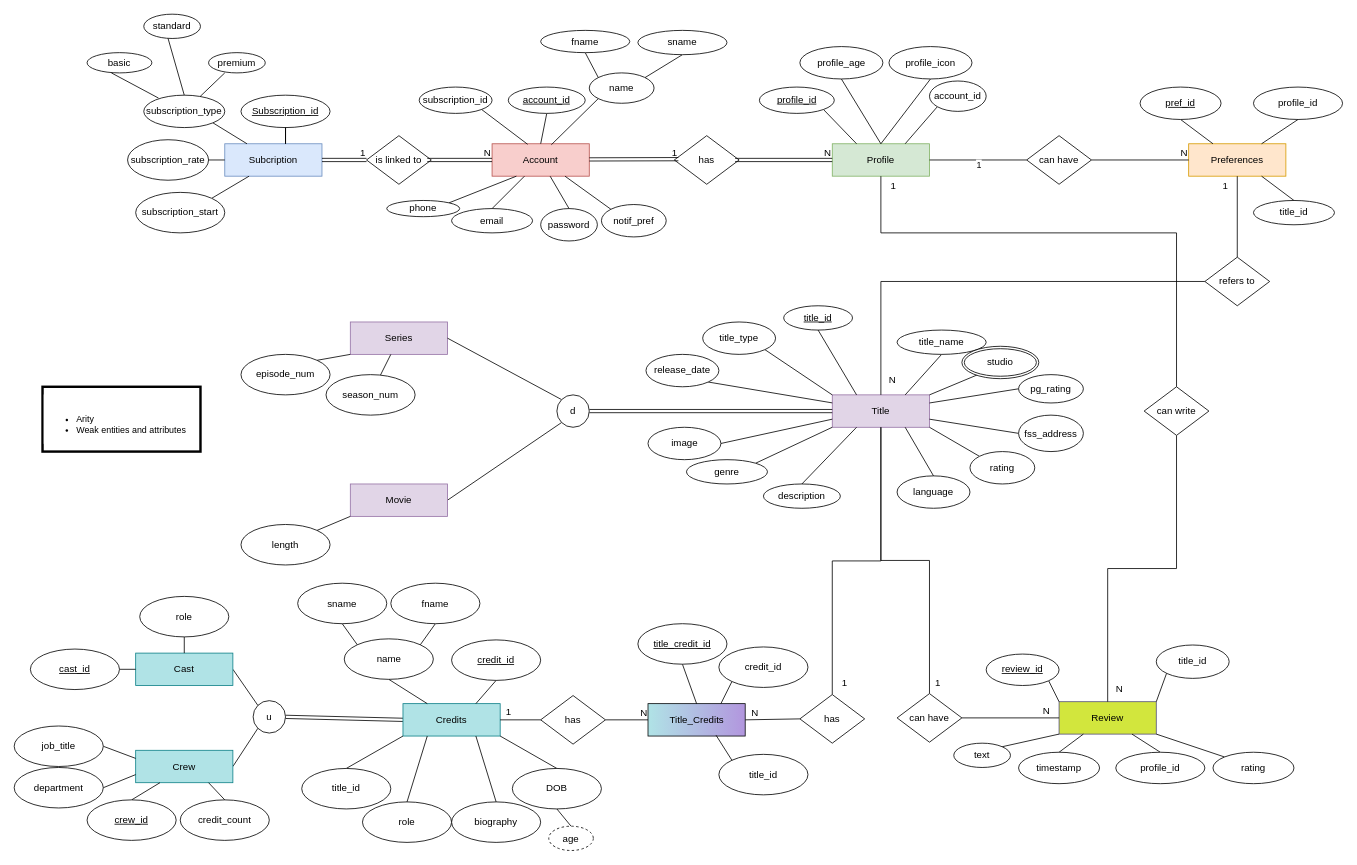
DJRamsay/COS221-Hoop keeps this draw.io diagram as (E)ER/EER.drawio. Above is the earlier version. Source tidied: cells renumbered, new cells numbered last; positions are measured from the earlier drawing's top-left corner, leaving out a move shared by most shapes. Both pictures are drawn from the tidied source at 81%, with x=0, y=0 at pixel (14, 14).
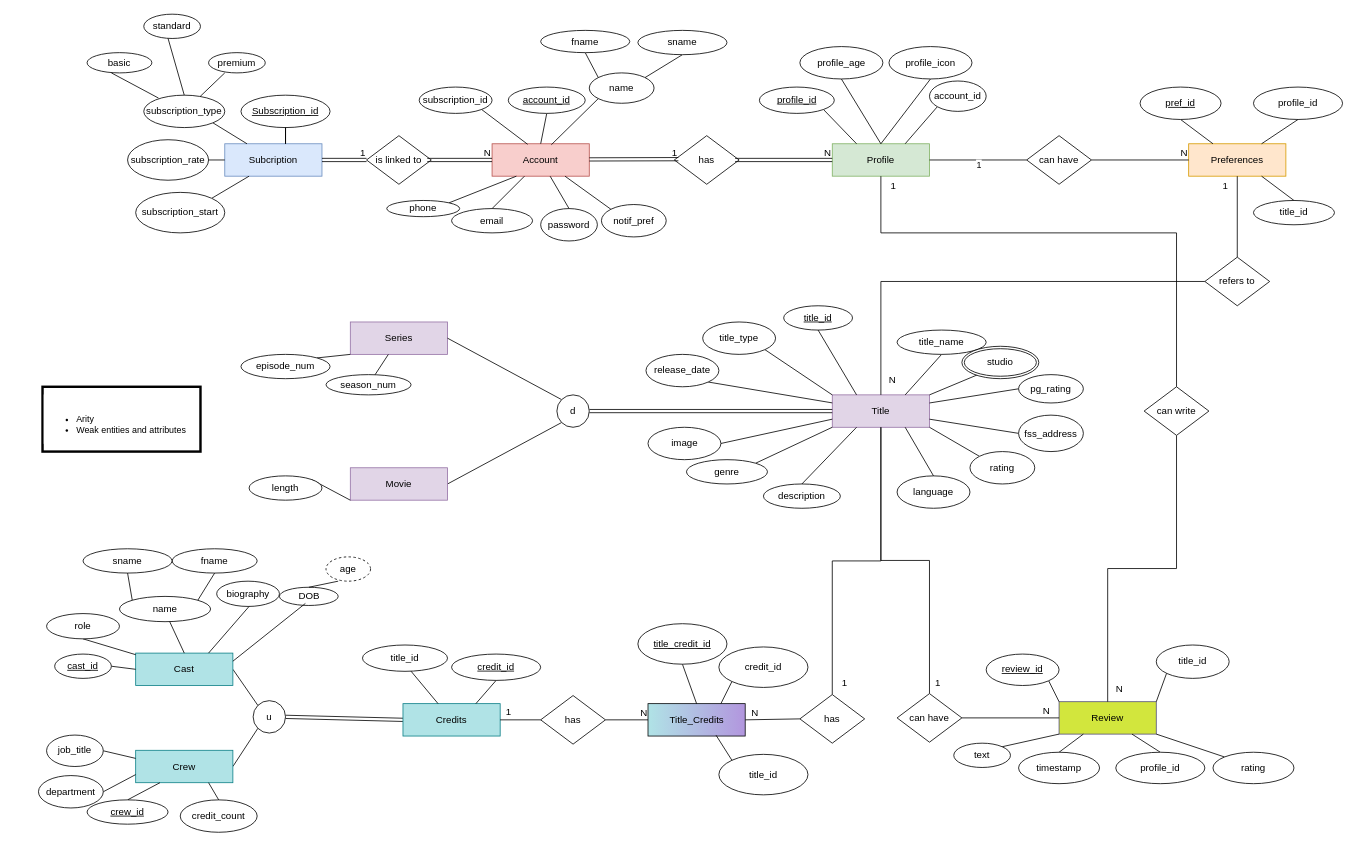
The same diagram, later.

The change refers to these unchanged cells:
```xml
<mxCell id="123" value="Credits" style="whiteSpace=wrap;html=1;fillColor=#b0e3e6;strokeColor=#0e8088;" parent="1" vertex="1">
  <mxGeometry x="480" y="851.2" width="120" height="40" as="geometry" />
</mxCell>
<mxCell id="144" value="Cast" style="whiteSpace=wrap;html=1;fillColor=#b0e3e6;strokeColor=#0e8088;" parent="1" vertex="1">
  <mxGeometry x="150" y="788.8" width="120" height="40" as="geometry" />
</mxCell>
```

The edit, as a diff of the source:
```diff
@@
     <mxCell id="8" value="Movie" style="whiteSpace=wrap;html=1;fillColor=#e1d5e7;strokeColor=#9673a6;" parent="1" vertex="1">
-      <mxGeometry x="415" y="580" width="120" height="40" as="geometry" />
+      <mxGeometry x="415" y="560" width="120" height="40" as="geometry" />
     </mxCell>
@@
     <mxCell id="91" value="season_num" style="ellipse;whiteSpace=wrap;html=1;" parent="1" vertex="1">
-      <mxGeometry x="385" y="445" width="110" height="50" as="geometry" />
+      <mxGeometry x="385" y="445" width="105" height="25" as="geometry" />
     </mxCell>
@@
     <mxCell id="93" value="episode_num" style="ellipse;whiteSpace=wrap;html=1;" parent="1" vertex="1">
-      <mxGeometry x="280" y="420" width="110" height="50" as="geometry" />
+      <mxGeometry x="280" y="420" width="110" height="30" as="geometry" />
     </mxCell>
@@
     <mxCell id="107" value="length" style="ellipse;whiteSpace=wrap;html=1;" parent="1" vertex="1">
-      <mxGeometry x="280" y="630" width="110" height="50" as="geometry" />
+      <mxGeometry x="290" y="570" width="90" height="30" as="geometry" />
     </mxCell>
@@
     <mxCell id="125" value="&lt;u&gt;credit_id&lt;/u&gt;" style="ellipse;whiteSpace=wrap;html=1;" parent="1" vertex="1">
-      <mxGeometry x="540" y="772.5" width="110" height="50" as="geometry" />
+      <mxGeometry x="540" y="790" width="110" height="32.5" as="geometry" />
     </mxCell>
-    <mxCell id="126" style="edgeStyle=none;rounded=0;jettySize=auto;html=1;exitX=0.5;exitY=0;exitDx=0;exitDy=0;entryX=0;entryY=1;entryDx=0;entryDy=0;strokeColor=default;align=center;verticalAlign=middle;fontFamily=Helvetica;fontSize=11;fontColor=default;labelBackgroundColor=default;endArrow=none;endFill=0;" parent="1" edge="1" source="127" target="123">
-      <mxGeometry relative="1" as="geometry" />
-    </mxCell>
-    <mxCell id="127" value="title_id" style="ellipse;whiteSpace=wrap;html=1;" parent="1" vertex="1">
-      <mxGeometry x="355" y="931.2" width="110" height="50" as="geometry" />
-    </mxCell>
-    <mxCell id="128" style="edgeStyle=none;rounded=0;jettySize=auto;html=1;exitX=0.5;exitY=0;exitDx=0;exitDy=0;entryX=1;entryY=1;entryDx=0;entryDy=0;strokeColor=default;align=center;verticalAlign=middle;fontFamily=Helvetica;fontSize=11;fontColor=default;labelBackgroundColor=default;endArrow=none;endFill=0;" parent="1" edge="1" source="130" target="123">
-      <mxGeometry relative="1" as="geometry" />
-    </mxCell>
-    <mxCell id="129" style="edgeStyle=none;rounded=0;jettySize=auto;html=1;exitX=0.5;exitY=1;exitDx=0;exitDy=0;entryX=0.5;entryY=0;entryDx=0;entryDy=0;strokeColor=default;align=center;verticalAlign=middle;fontFamily=Helvetica;fontSize=11;fontColor=default;labelBackgroundColor=default;endArrow=none;endFill=0;" parent="1" edge="1" source="130" target="141">
-      <mxGeometry relative="1" as="geometry" />
-    </mxCell>
-    <mxCell id="130" value="DOB" style="ellipse;whiteSpace=wrap;html=1;" parent="1" vertex="1">
-      <mxGeometry x="615" y="931.2" width="110" height="50" as="geometry" />
-    </mxCell>
-    <mxCell id="131" style="rounded=0;jettySize=auto;html=1;exitX=0.5;exitY=0;exitDx=0;exitDy=0;entryX=0.25;entryY=1;entryDx=0;entryDy=0;endArrow=none;endFill=0;" parent="1" edge="1" source="132" target="123">
-      <mxGeometry relative="1" as="geometry" />
-    </mxCell>
-    <mxCell id="132" value="role" style="ellipse;whiteSpace=wrap;html=1;" parent="1" vertex="1">
-      <mxGeometry x="430" y="972.5" width="110" height="50" as="geometry" />
-    </mxCell>
-    <mxCell id="133" style="edgeStyle=none;rounded=0;jettySize=auto;html=1;exitX=0.5;exitY=1;exitDx=0;exitDy=0;entryX=0.25;entryY=0;entryDx=0;entryDy=0;strokeColor=default;align=center;verticalAlign=middle;fontFamily=Helvetica;fontSize=11;fontColor=default;labelBackgroundColor=default;endArrow=none;endFill=0;" parent="1" edge="1" source="134" target="123">
-      <mxGeometry relative="1" as="geometry" />
-    </mxCell>
-    <mxCell id="134" value="name" style="ellipse;whiteSpace=wrap;html=1;" parent="1" vertex="1">
-      <mxGeometry x="407.5" y="771.2" width="110" height="50" as="geometry" />
-    </mxCell>
-    <mxCell id="135" style="edgeStyle=none;rounded=0;jettySize=auto;html=1;exitX=0.5;exitY=1;exitDx=0;exitDy=0;entryX=1;entryY=0;entryDx=0;entryDy=0;strokeColor=default;align=center;verticalAlign=middle;fontFamily=Helvetica;fontSize=11;fontColor=default;labelBackgroundColor=default;endArrow=none;endFill=0;" parent="1" edge="1" source="136" target="134">
-      <mxGeometry relative="1" as="geometry" />
+    <mxCell id="135" style="edgeStyle=none;rounded=0;orthogonalLoop=1;jettySize=auto;html=1;exitX=0.5;exitY=1;exitDx=0;exitDy=0;entryX=1;entryY=0;entryDx=0;entryDy=0;strokeColor=default;align=center;verticalAlign=middle;fontFamily=Helvetica;fontSize=11;fontColor=default;labelBackgroundColor=default;endArrow=none;endFill=0;" parent="1" edge="1">
+      <mxGeometry relative="1" as="geometry">
+        <mxPoint x="501.4" y="778.6" as="targetPoint" />
+      </mxGeometry>
     </mxCell>
-    <mxCell id="136" value="fname" style="ellipse;whiteSpace=wrap;html=1;" parent="1" vertex="1">
-      <mxGeometry x="465" y="702.5" width="110" height="50" as="geometry" />
-    </mxCell>
-    <mxCell id="137" style="edgeStyle=none;rounded=0;jettySize=auto;html=1;exitX=0.5;exitY=1;exitDx=0;exitDy=0;entryX=0;entryY=0;entryDx=0;entryDy=0;strokeColor=default;align=center;verticalAlign=middle;fontFamily=Helvetica;fontSize=11;fontColor=default;labelBackgroundColor=default;endArrow=none;endFill=0;" parent="1" edge="1" source="138" target="134">
-      <mxGeometry relative="1" as="geometry" />
+    <mxCell id="137" style="edgeStyle=none;rounded=0;orthogonalLoop=1;jettySize=auto;html=1;exitX=0.5;exitY=1;exitDx=0;exitDy=0;entryX=0;entryY=0;entryDx=0;entryDy=0;strokeColor=default;align=center;verticalAlign=middle;fontFamily=Helvetica;fontSize=11;fontColor=default;labelBackgroundColor=default;endArrow=none;endFill=0;" parent="1" edge="1">
+      <mxGeometry relative="1" as="geometry">
+        <mxPoint x="423.6" y="778.6" as="targetPoint" />
+      </mxGeometry>
     </mxCell>
-    <mxCell id="138" value="sname" style="ellipse;whiteSpace=wrap;html=1;" parent="1" vertex="1">
-      <mxGeometry x="350" y="702.5" width="110" height="50" as="geometry" />
-    </mxCell>
-    <mxCell id="139" style="edgeStyle=none;rounded=0;jettySize=auto;html=1;exitX=0.5;exitY=0;exitDx=0;exitDy=0;entryX=0.75;entryY=1;entryDx=0;entryDy=0;strokeColor=default;align=center;verticalAlign=middle;fontFamily=Helvetica;fontSize=11;fontColor=default;labelBackgroundColor=default;endArrow=none;endFill=0;" parent="1" edge="1" source="140" target="123">
-      <mxGeometry relative="1" as="geometry" />
-    </mxCell>
-    <mxCell id="140" value="biography" style="ellipse;whiteSpace=wrap;html=1;" parent="1" vertex="1">
-      <mxGeometry x="540" y="972.5" width="110" height="50" as="geometry" />
-    </mxCell>
-    <mxCell id="141" value="age" style="ellipse;whiteSpace=wrap;html=1;align=center;dashed=1;" parent="1" vertex="1">
-      <mxGeometry x="660" y="1002.5" width="55" height="30" as="geometry" />
-    </mxCell>
@@
     <mxCell id="148" value="role" style="ellipse;whiteSpace=wrap;html=1;" parent="1" vertex="1">
-      <mxGeometry x="155" y="718.8" width="110" height="50" as="geometry" />
+      <mxGeometry x="40" y="740" width="90" height="31.2" as="geometry" />
     </mxCell>
@@
     <mxCell id="150" value="&lt;u&gt;crew_id&lt;/u&gt;" style="ellipse;whiteSpace=wrap;html=1;" parent="1" vertex="1">
-      <mxGeometry x="90" y="970" width="110" height="50" as="geometry" />
+      <mxGeometry x="90" y="970" width="100" height="30" as="geometry" />
     </mxCell>
@@
     <mxCell id="152" value="department" style="ellipse;whiteSpace=wrap;html=1;" parent="1" vertex="1">
-      <mxGeometry y="930" width="110" height="50" as="geometry" />
+      <mxGeometry x="30" y="940" width="80" height="40" as="geometry" />
     </mxCell>
@@
     <mxCell id="154" value="job_title" style="ellipse;whiteSpace=wrap;html=1;" parent="1" vertex="1">
-      <mxGeometry y="878.8" width="110" height="50" as="geometry" />
+      <mxGeometry x="40" y="890" width="70" height="38.8" as="geometry" />
     </mxCell>
@@
     <mxCell id="156" value="credit_count" style="ellipse;whiteSpace=wrap;html=1;" parent="1" vertex="1">
-      <mxGeometry x="205" y="970" width="110" height="50" as="geometry" />
+      <mxGeometry x="205" y="970" width="95" height="40" as="geometry" />
     </mxCell>
@@
     <mxCell id="158" value="&lt;u&gt;cast_id&lt;/u&gt;" style="ellipse;whiteSpace=wrap;html=1;" parent="1" vertex="1">
-      <mxGeometry x="20" y="783.8" width="110" height="50" as="geometry" />
+      <mxGeometry x="50" y="790" width="70" height="30" as="geometry" />
     </mxCell>
@@
+    <mxCell id="134" value="name" style="ellipse;whiteSpace=wrap;html=1;" parent="1" vertex="1">
+      <mxGeometry x="130" y="718.8" width="112.5" height="31.2" as="geometry" />
+    </mxCell>
+    <mxCell id="187" style="edgeStyle=none;rounded=0;jettySize=auto;html=1;exitX=0.5;exitY=1;exitDx=0;exitDy=0;entryX=1;entryY=0;entryDx=0;entryDy=0;strokeColor=default;align=center;verticalAlign=middle;fontFamily=Helvetica;fontSize=11;fontColor=default;labelBackgroundColor=default;endArrow=none;endFill=0;" parent="1" edge="1" source="136" target="134">
+      <mxGeometry relative="1" as="geometry" />
+    </mxCell>
+    <mxCell id="136" value="fname" style="ellipse;whiteSpace=wrap;html=1;" parent="1" vertex="1">
+      <mxGeometry x="195" y="660" width="105" height="30" as="geometry" />
+    </mxCell>
+    <mxCell id="188" style="edgeStyle=none;rounded=0;jettySize=auto;html=1;exitX=0.5;exitY=1;exitDx=0;exitDy=0;entryX=0;entryY=0;entryDx=0;entryDy=0;strokeColor=default;align=center;verticalAlign=middle;fontFamily=Helvetica;fontSize=11;fontColor=default;labelBackgroundColor=default;endArrow=none;endFill=0;" parent="1" edge="1" source="138" target="134">
+      <mxGeometry relative="1" as="geometry" />
+    </mxCell>
+    <mxCell id="138" value="sname" style="ellipse;whiteSpace=wrap;html=1;" parent="1" vertex="1">
+      <mxGeometry x="85" y="660" width="110" height="30" as="geometry" />
+    </mxCell>
+    <mxCell id="189" style="edgeStyle=none;rounded=0;jettySize=auto;html=1;exitX=0.5;exitY=0;exitDx=0;exitDy=0;strokeColor=default;align=center;verticalAlign=middle;fontFamily=Helvetica;fontSize=11;fontColor=default;labelBackgroundColor=default;endArrow=none;endFill=0;" parent="1" edge="1" source="144">
+      <mxGeometry relative="1" as="geometry">
+        <mxPoint x="192" y="750" as="targetPoint" />
+      </mxGeometry>
+    </mxCell>
+    <mxCell id="130" value="DOB" style="ellipse;whiteSpace=wrap;html=1;" parent="1" vertex="1">
+      <mxGeometry x="327.5" y="707.5" width="72.5" height="22.5" as="geometry" />
+    </mxCell>
+    <mxCell id="140" value="biography" style="ellipse;whiteSpace=wrap;html=1;" parent="1" vertex="1">
+      <mxGeometry x="250" y="700" width="77.5" height="31.2" as="geometry" />
+    </mxCell>
+    <mxCell id="141" value="age" style="ellipse;whiteSpace=wrap;html=1;align=center;dashed=1;" parent="1" vertex="1">
+      <mxGeometry x="385" y="670" width="55" height="30" as="geometry" />
+    </mxCell>
+    <mxCell id="190" style="edgeStyle=none;rounded=0;jettySize=auto;html=1;exitX=0.75;exitY=0;exitDx=0;exitDy=0;strokeColor=default;align=center;verticalAlign=middle;fontFamily=Helvetica;fontSize=11;fontColor=default;labelBackgroundColor=default;endArrow=none;endFill=0;" parent="1" edge="1" source="144">
+      <mxGeometry relative="1" as="geometry">
+        <mxPoint x="290" y="731.2" as="targetPoint" />
+      </mxGeometry>
+    </mxCell>
+    <mxCell id="191" style="edgeStyle=none;rounded=0;jettySize=auto;html=1;exitX=1;exitY=0.25;exitDx=0;exitDy=0;strokeColor=default;align=center;verticalAlign=middle;fontFamily=Helvetica;fontSize=11;fontColor=default;labelBackgroundColor=default;endArrow=none;endFill=0;" parent="1" edge="1" source="144">
+      <mxGeometry relative="1" as="geometry">
+        <mxPoint x="359.5" y="727.5" as="targetPoint" />
+      </mxGeometry>
+    </mxCell>
+    <mxCell id="192" style="edgeStyle=none;rounded=0;jettySize=auto;html=1;entryX=1;entryY=1;entryDx=0;entryDy=0;strokeColor=default;align=center;verticalAlign=middle;fontFamily=Helvetica;fontSize=11;fontColor=default;labelBackgroundColor=default;endArrow=none;endFill=0;exitX=0.5;exitY=0;exitDx=0;exitDy=0;" parent="1" edge="1" source="130">
+      <mxGeometry relative="1" as="geometry">
+        <mxPoint x="400" y="700" as="targetPoint" />
+      </mxGeometry>
+    </mxCell>
+    <mxCell id="127" value="title_id" style="ellipse;whiteSpace=wrap;html=1;" parent="1" vertex="1">
+      <mxGeometry x="430" y="778.8" width="105" height="32.5" as="geometry" />
+    </mxCell>
+    <mxCell id="193" style="endArrow=none;html=1;rounded=0;" parent="1" edge="1" target="123">
+      <mxGeometry relative="1" as="geometry">
+        <mxPoint x="490" y="811.2" as="sourcePoint" />
+      </mxGeometry>
+    </mxCell>
```
